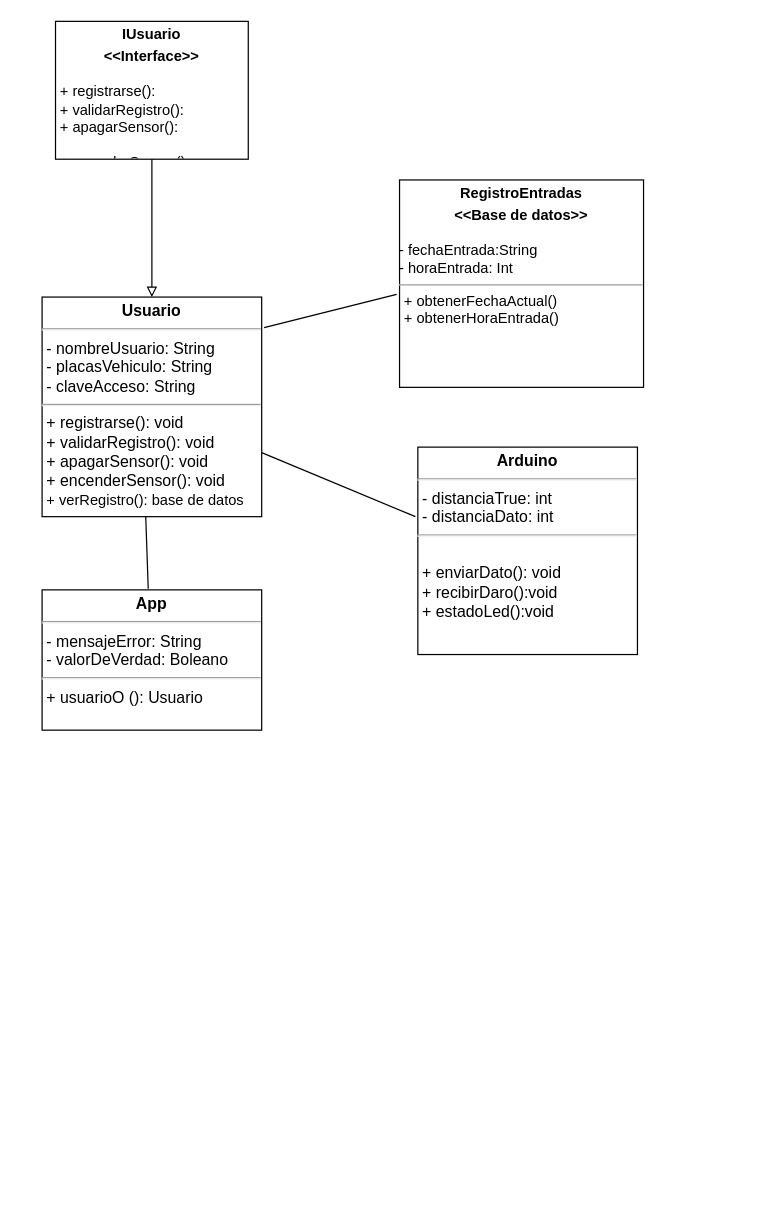
The draw.io diagram lib/DC.drawio in BrandonFreire/ProyectoBimestre, before the edit. Source tidied: cells renumbered, new cells numbered last; positions are measured from the earlier drawing's top-left corner, leaving out a move shared by most shapes. Both pictures are drawn from the tidied source at 122%, with x=0, y=0 at pixel (41, 21).
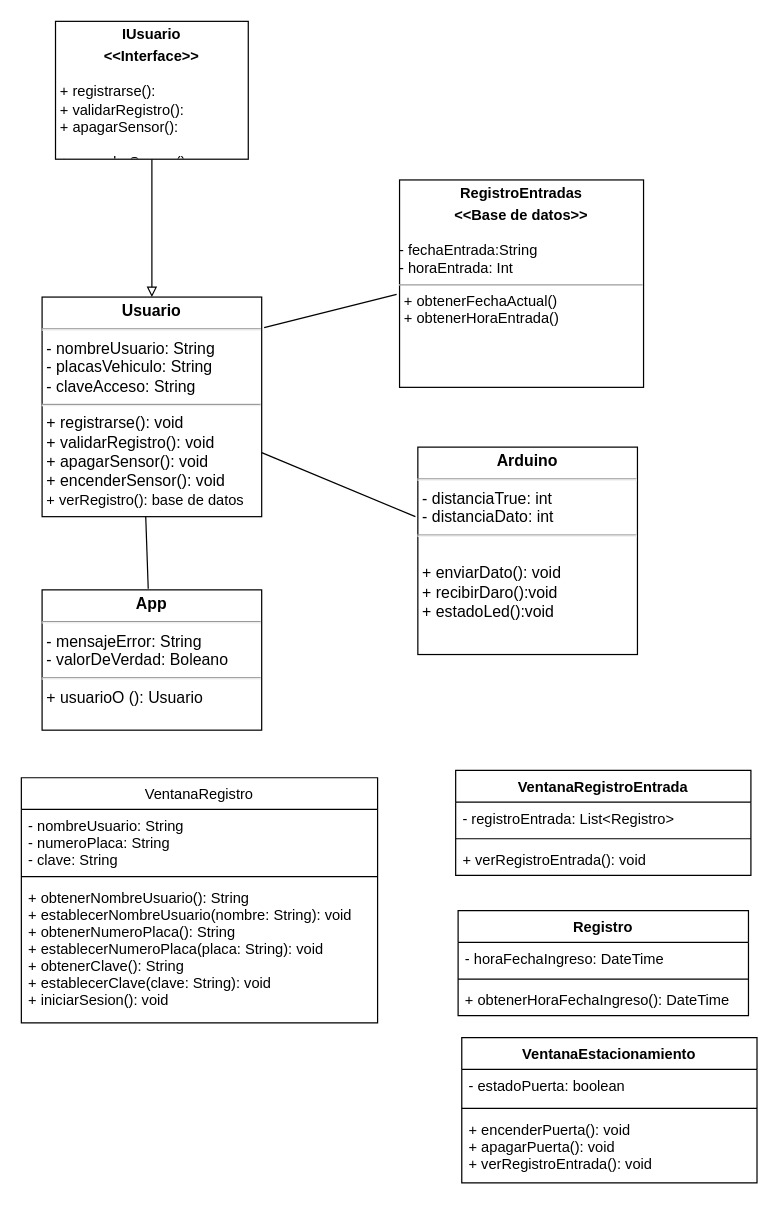
Above is the later version.

Change to the diagram source:
```diff
@@
+    <mxCell id="11" value="VentanaRegistro" style="swimlane;fontStyle=0;align=center;verticalAlign=top;horizontal=1;startSize=26;" parent="1" vertex="1">
+      <mxGeometry x="-17" y="620" width="292" height="201" as="geometry" />
+    </mxCell>
+    <mxCell id="12" value="- nombreUsuario: String&#10;- numeroPlaca: String&#10;- clave: String " style="text;strokeColor=none;fillColor=none;align=left;verticalAlign=top;spacingLeft=4;spacingRight=4;overflow=hidden;" parent="11" vertex="1">
+      <mxGeometry y="26" width="292" height="51" as="geometry" />
+    </mxCell>
+    <mxCell id="13" style="line;strokeWidth=1;fillColor=none;align=left;verticalAlign=middle;spacingTop=-1;spacingLeft=3;spacingRight=3;labelPosition=right;strokeColor=inherit;" parent="11" vertex="1">
+      <mxGeometry y="77" width="292" height="8" as="geometry" />
+    </mxCell>
+    <mxCell id="14" value="+ obtenerNombreUsuario(): String&#10;+ establecerNombreUsuario(nombre: String): void&#10;+ obtenerNumeroPlaca(): String&#10;+ establecerNumeroPlaca(placa: String): void&#10;+ obtenerClave(): String&#10;+ establecerClave(clave: String): void &#10;+ iniciarSesion(): void&#10;&#10;" style="text;strokeColor=none;fillColor=none;align=left;verticalAlign=top;spacingLeft=4;spacingRight=4;overflow=hidden;" parent="11" vertex="1">
+      <mxGeometry y="85" width="292" height="116" as="geometry" />
+    </mxCell>
+    <mxCell id="15" value="VentanaEstacionamiento" style="swimlane;fontStyle=1;align=center;verticalAlign=top;horizontal=1;startSize=26;" parent="1" vertex="1">
+      <mxGeometry x="344" y="833" width="242" height="119" as="geometry" />
+    </mxCell>
+    <mxCell id="16" value="- estadoPuerta: boolean" style="text;strokeColor=none;fillColor=none;align=left;verticalAlign=top;spacingLeft=4;spacingRight=4;overflow=hidden;" parent="15" vertex="1">
+      <mxGeometry y="26" width="242" height="28" as="geometry" />
+    </mxCell>
+    <mxCell id="17" style="line;strokeWidth=1;fillColor=none;align=left;verticalAlign=middle;spacingTop=-1;spacingLeft=3;spacingRight=3;labelPosition=right;strokeColor=inherit;" parent="15" vertex="1">
+      <mxGeometry y="54" width="242" height="8" as="geometry" />
+    </mxCell>
+    <mxCell id="18" value="+ encenderPuerta(): void&#10;+ apagarPuerta(): void&#10;+ verRegistroEntrada(): void" style="text;strokeColor=none;fillColor=none;align=left;verticalAlign=top;spacingLeft=4;spacingRight=4;overflow=hidden;" parent="15" vertex="1">
+      <mxGeometry y="62" width="242" height="57" as="geometry" />
+    </mxCell>
+    <mxCell id="19" value="VentanaRegistroEntrada" style="swimlane;fontStyle=1;align=center;verticalAlign=top;horizontal=1;startSize=26;" parent="1" vertex="1">
+      <mxGeometry x="339" y="614" width="242" height="86" as="geometry" />
+    </mxCell>
+    <mxCell id="20" value="- registroEntrada: List&lt;Registro&gt;" style="text;strokeColor=none;fillColor=none;align=left;verticalAlign=top;spacingLeft=4;spacingRight=4;overflow=hidden;" parent="19" vertex="1">
+      <mxGeometry y="26" width="242" height="26" as="geometry" />
+    </mxCell>
+    <mxCell id="21" style="line;strokeWidth=1;fillColor=none;align=left;verticalAlign=middle;spacingTop=-1;spacingLeft=3;spacingRight=3;labelPosition=right;strokeColor=inherit;" parent="19" vertex="1">
+      <mxGeometry y="52" width="242" height="8" as="geometry" />
+    </mxCell>
+    <mxCell id="22" value="+ verRegistroEntrada(): void" style="text;strokeColor=none;fillColor=none;align=left;verticalAlign=top;spacingLeft=4;spacingRight=4;overflow=hidden;" parent="19" vertex="1">
+      <mxGeometry y="60" width="242" height="26" as="geometry" />
+    </mxCell>
+    <mxCell id="23" value="Registro" style="swimlane;fontStyle=1;align=center;verticalAlign=top;horizontal=1;startSize=26;" parent="1" vertex="1">
+      <mxGeometry x="341" y="729" width="238" height="86" as="geometry" />
+    </mxCell>
+    <mxCell id="24" value="- horaFechaIngreso: DateTime" style="text;strokeColor=none;fillColor=none;align=left;verticalAlign=top;spacingLeft=4;spacingRight=4;overflow=hidden;" parent="23" vertex="1">
+      <mxGeometry y="26" width="238" height="26" as="geometry" />
+    </mxCell>
+    <mxCell id="25" style="line;strokeWidth=1;fillColor=none;align=left;verticalAlign=middle;spacingTop=-1;spacingLeft=3;spacingRight=3;labelPosition=right;strokeColor=inherit;" parent="23" vertex="1">
+      <mxGeometry y="52" width="238" height="8" as="geometry" />
+    </mxCell>
+    <mxCell id="26" value="+ obtenerHoraFechaIngreso(): DateTime" style="text;strokeColor=none;fillColor=none;align=left;verticalAlign=top;spacingLeft=4;spacingRight=4;overflow=hidden;" parent="23" vertex="1">
+      <mxGeometry y="60" width="238" height="26" as="geometry" />
+    </mxCell>
```
